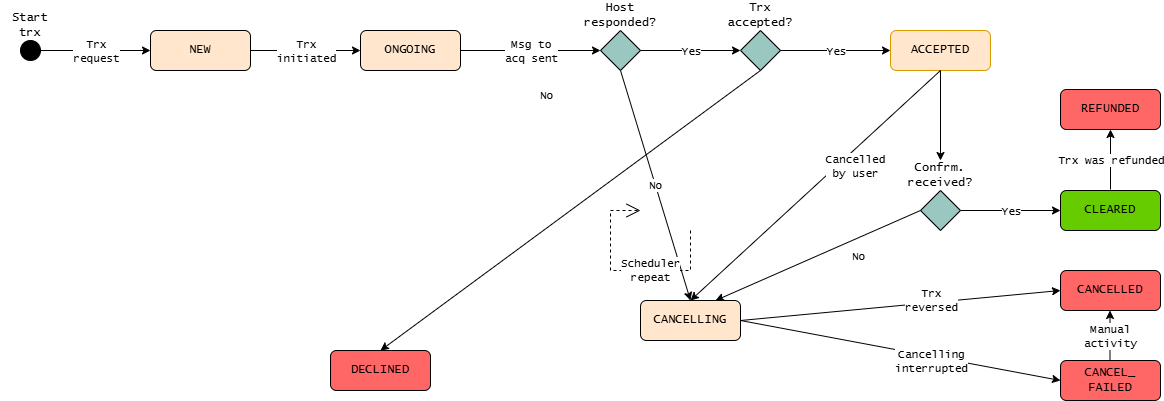
Before: WPI_2_2/Appendix_B_Transaction_Statuses/img/blik.drawio.png, a diagram exported from draw.io (taponmobile/.github). Source tidied: cells renumbered, new cells last; positions are measured from the earlier drawing's top-left corner, leaving out a move shared by most shapes.
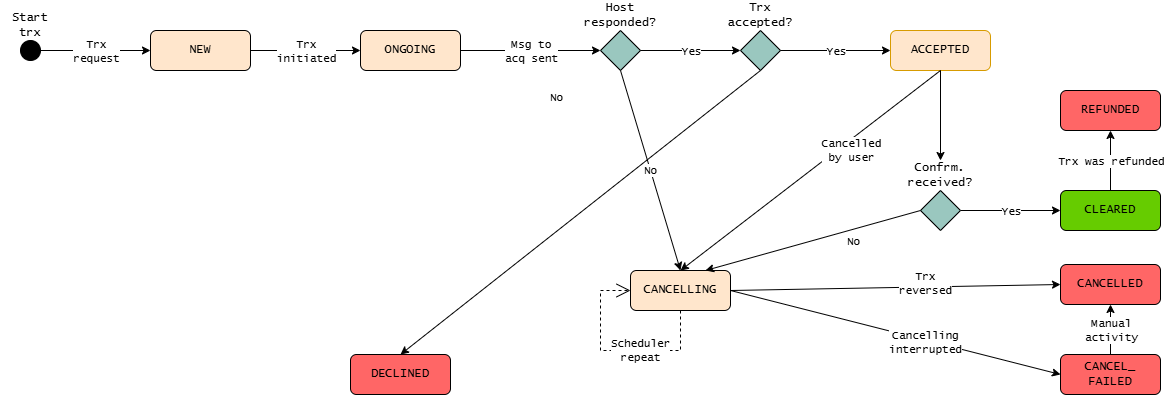
The same diagram one commit later.

Diff of the diagram source:
```diff
@@ -15,7 +15,7 @@
       <mxGeometry x="360" y="30" width="100" height="40" as="geometry" />
     </mxCell>
     <mxCell id="6" value="CANCELLING" style="rounded=1;whiteSpace=wrap;html=1;fillColor=#FFE6CC;fontFamily=Lucida Console;" parent="1" vertex="1">
-      <mxGeometry x="640" y="300" width="100" height="40" as="geometry" />
+      <mxGeometry x="630" y="270" width="100" height="40" as="geometry" />
     </mxCell>
     <mxCell id="7" value="CLEARED" style="rounded=1;whiteSpace=wrap;html=1;fillColor=#66CC00;fontFamily=Lucida Console;" parent="1" vertex="1">
       <mxGeometry x="1060" y="190" width="100" height="40" as="geometry" />
@@ -80,7 +80,7 @@
       </mxGeometry>
     </mxCell>
     <mxCell id="27" value="DECLINED" style="rounded=1;whiteSpace=wrap;html=1;fillColor=light-dark(#FF6666,#36210A);fontFamily=Lucida Console;" parent="1" vertex="1">
-      <mxGeometry x="330" y="350" width="100" height="40" as="geometry" />
+      <mxGeometry x="350" y="354" width="100" height="40" as="geometry" />
     </mxCell>
     <mxCell id="28" style="endArrow=classic;html=1;rounded=0;exitX=0.5;exitY=1;exitDx=0;exitDy=0;entryX=0.5;entryY=0;entryDx=0;entryDy=0;fontFamily=Lucida Console;" parent="1" edge="1" source="9" target="27">
       <mxGeometry relative="1" as="geometry" />
@@ -115,20 +115,31 @@
     </mxCell>
     <mxCell id="37" value="&lt;font face=&quot;Lucida Console&quot;&gt;Scheduler&lt;br&gt;repeat&lt;/font&gt;" style="endArrow=open;endSize=12;dashed=1;html=1;rounded=0;exitX=0.5;exitY=1;exitDx=0;exitDy=0;entryX=0;entryY=0.5;entryDx=0;entryDy=0;" parent="1" edge="1">
       <mxGeometry x="-0.24" relative="1" as="geometry">
-        <mxPoint x="690" y="230" as="sourcePoint" />
-        <mxPoint x="640" y="210" as="targetPoint" />
+        <mxPoint x="680" y="310" as="sourcePoint" />
+        <mxPoint x="630" y="290" as="targetPoint" />
         <Array as="points">
-          <mxPoint x="690" y="270" />
-          <mxPoint x="610" y="270" />
-          <mxPoint x="610" y="210" />
+          <mxPoint x="680" y="350" />
+          <mxPoint x="600" y="350" />
+          <mxPoint x="600" y="290" />
         </Array>
       </mxGeometry>
     </mxCell>
+    <mxCell id="46" value="REFUNDED" style="rounded=1;whiteSpace=wrap;html=1;fillColor=#FF6666;fontFamily=Lucida Console;" parent="1" vertex="1">
+      <mxGeometry x="1060" y="90" width="100" height="40" as="geometry" />
+    </mxCell>
+    <mxCell id="49" style="endArrow=classic;html=1;rounded=0;exitX=0.5;exitY=0;exitDx=0;exitDy=0;entryX=0.5;entryY=1;entryDx=0;entryDy=0;fontFamily=Lucida Console;" parent="1" edge="1" target="46">
+      <mxGeometry relative="1" as="geometry">
+        <mxPoint x="1110" y="190" as="sourcePoint" />
+      </mxGeometry>
+    </mxCell>
+    <mxCell id="48" value="Trx was refunded" style="edgeLabel;html=1;align=center;verticalAlign=middle;fontFamily=Lucida Console;" parent="49" vertex="1">
+      <mxGeometry relative="1" as="geometry" />
+    </mxCell>
     <mxCell id="38" value="CANCEL_&lt;br&gt;FAILED" style="rounded=1;whiteSpace=wrap;html=1;fillColor=#FF6666;fontFamily=Lucida Console;" parent="1" vertex="1">
-      <mxGeometry x="1060" y="360" width="100" height="40" as="geometry" />
+      <mxGeometry x="1060" y="354" width="100" height="40" as="geometry" />
     </mxCell>
     <mxCell id="39" value="CANCELLED" style="rounded=1;whiteSpace=wrap;html=1;fillColor=#FF6666;fontFamily=Lucida Console;" parent="1" vertex="1">
-      <mxGeometry x="1060" y="270" width="100" height="40" as="geometry" />
+      <mxGeometry x="1060" y="264" width="100" height="40" as="geometry" />
     </mxCell>
     <mxCell id="40" style="endArrow=classic;html=1;rounded=0;exitX=1;exitY=0.5;exitDx=0;exitDy=0;entryX=0;entryY=0.5;entryDx=0;entryDy=0;fontFamily=Lucida Console;" parent="1" edge="1" source="6" target="39">
       <mxGeometry relative="1" as="geometry" />
@@ -146,25 +157,11 @@
         <mxPoint x="30" y="10" as="offset" />
       </mxGeometry>
     </mxCell>
-    <mxCell id="44" style="endArrow=classic;html=1;rounded=0;exitX=0.5;exitY=0;exitDx=0;exitDy=0;entryX=0.5;entryY=1;entryDx=0;entryDy=0;fontFamily=Lucida Console;" parent="1" edge="1">
-      <mxGeometry relative="1" as="geometry">
-        <mxPoint x="1109.5" y="360" as="sourcePoint" />
-        <mxPoint x="1109.5" y="310" as="targetPoint" />
-      </mxGeometry>
-    </mxCell>
+    <mxCell id="50" style="endArrow=classic;html=1;rounded=0;exitX=0.5;exitY=0;exitDx=0;exitDy=0;entryX=0.5;entryY=1;entryDx=0;entryDy=0;fontFamily=Lucida Console;" parent="1" edge="1" source="38" target="39">
+      <mxGeometry relative="1" as="geometry" />
+    </mxCell>
-    <mxCell id="45" value="Manual&lt;br&gt;activity" style="edgeLabel;html=1;align=center;verticalAlign=middle;fontFamily=Lucida Console;" parent="44" vertex="1">
+    <mxCell id="45" value="Manual&lt;br&gt;activity" style="edgeLabel;html=1;align=center;verticalAlign=middle;fontFamily=Lucida Console;" parent="50" vertex="1">
       <mxGeometry relative="1" as="geometry" />
     </mxCell>
-    <mxCell id="46" value="REFUNDED" style="rounded=1;whiteSpace=wrap;html=1;fillColor=#FF6666;fontFamily=Lucida Console;" parent="1" vertex="1">
-      <mxGeometry x="1060" y="89" width="100" height="40" as="geometry" />
-    </mxCell>
-    <mxCell id="47" style="endArrow=classic;html=1;rounded=0;exitX=0.5;exitY=0;exitDx=0;exitDy=0;entryX=0.5;entryY=1;entryDx=0;entryDy=0;fontFamily=Lucida Console;" parent="1" edge="1" target="46">
-      <mxGeometry relative="1" as="geometry">
-        <mxPoint x="1110" y="189" as="sourcePoint" />
-      </mxGeometry>
-    </mxCell>
-    <mxCell id="48" value="Trx was refunded" style="edgeLabel;html=1;align=center;verticalAlign=middle;fontFamily=Lucida Console;" parent="47" vertex="1">
-      <mxGeometry relative="1" as="geometry" />
-    </mxCell>
   </root>
 </mxGraphModel>
```
